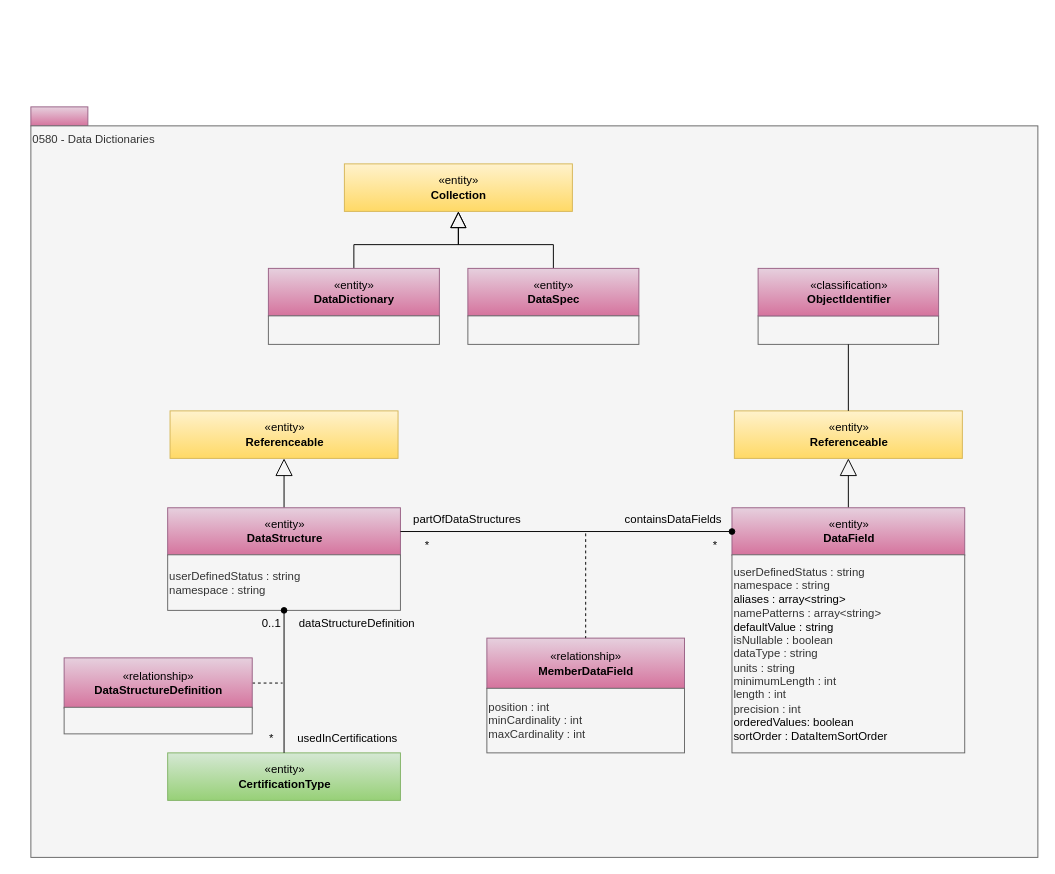
Above: page "0580-Data-Dictionaries" (34 of 36) of site/docs/types/5/area-5-models-and-schema.drawio in odpi/egeria-docs (draw.io), before the change. Source tidied: cells renumbered, new cells numbered last; positions are measured from the earlier drawing's top-left corner, leaving out a move shared by most shapes. Both pictures are drawn from the tidied source at 95%, with x=0, y=0 at pixel (30, 106).
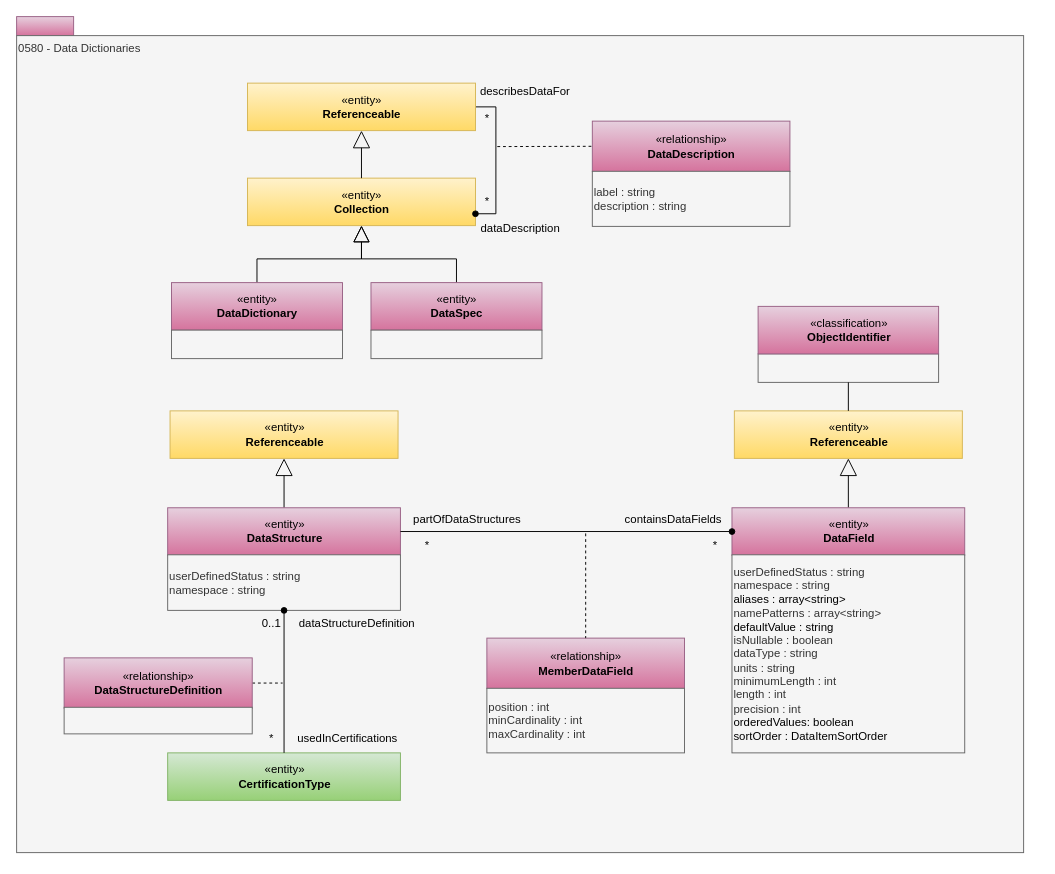
The same page after the edit.

The change refers to these unchanged cells:
```xml
<mxCell id="15" value="«entity»&lt;br&gt;&lt;b&gt;Referenceable&lt;/b&gt;" style="html=1;strokeColor=#d6b656;align=center;fillColor=#fff2cc;gradientColor=#ffd966;" parent="1" vertex="1">
  <mxGeometry x="740.5" y="320" width="240" height="50" as="geometry" />
</mxCell>
```

The edit, as a diff of the source:
```diff
@@
     <mxCell id="2" style="rounded=0;whiteSpace=wrap;html=1;align=left;fillColor=#e6d0de;strokeColor=#996185;gradientColor=#d5739d;" parent="1" vertex="1">
-      <mxGeometry width="60" height="20" as="geometry" />
+      <mxGeometry x="-15" y="-95" width="60" height="20" as="geometry" />
     </mxCell>
     <mxCell id="3" value="0580 - Data Dictionaries" style="rounded=0;whiteSpace=wrap;html=1;align=left;verticalAlign=top;fillColor=#f5f5f5;fontColor=#333333;strokeColor=#666666;" parent="1" vertex="1">
-      <mxGeometry y="20" width="1060" height="770" as="geometry" />
+      <mxGeometry x="-15" y="-75" width="1060" height="860" as="geometry" />
     </mxCell>
@@
     <mxCell id="9" value="«entity»&lt;br&gt;&lt;b&gt;Collection&lt;/b&gt;" style="html=1;strokeColor=#d6b656;align=center;fillColor=#fff2cc;gradientColor=#ffd966;" parent="1" vertex="1">
-      <mxGeometry x="330" y="60" width="240" height="50" as="geometry" />
+      <mxGeometry x="228" y="75" width="240" height="50" as="geometry" />
     </mxCell>
     <mxCell id="10" value="«entity»&lt;br&gt;&lt;b&gt;DataSpec&lt;/b&gt;" style="html=1;strokeColor=#996185;align=center;fillColor=#e6d0de;gradientColor=#d5739d;" parent="1" vertex="1">
-      <mxGeometry x="460" y="170" width="180" height="50" as="geometry" />
+      <mxGeometry x="358" y="185" width="180" height="50" as="geometry" />
     </mxCell>
     <mxCell id="11" style="rounded=0;whiteSpace=wrap;html=1;align=left;fillColor=#f5f5f5;fontColor=#333333;strokeColor=#666666;" parent="1" vertex="1">
-      <mxGeometry x="460" y="220" width="180" height="30" as="geometry" />
+      <mxGeometry x="358" y="235" width="180" height="30" as="geometry" />
     </mxCell>
@@
     <mxCell id="17" value="«entity»&lt;br&gt;&lt;b&gt;DataDictionary&lt;/b&gt;" style="html=1;strokeColor=#996185;align=center;fillColor=#e6d0de;gradientColor=#d5739d;" parent="1" vertex="1">
-      <mxGeometry x="250" y="170" width="180" height="50" as="geometry" />
+      <mxGeometry x="148" y="185" width="180" height="50" as="geometry" />
     </mxCell>
     <mxCell id="18" style="rounded=0;whiteSpace=wrap;html=1;align=left;fillColor=#f5f5f5;fontColor=#333333;strokeColor=#666666;" parent="1" vertex="1">
-      <mxGeometry x="250" y="220" width="180" height="30" as="geometry" />
+      <mxGeometry x="148" y="235" width="180" height="30" as="geometry" />
     </mxCell>
@@
-    <mxCell id="27" value="&lt;br&gt;&lt;div style=&quot;text-align: left&quot;&gt;&lt;/div&gt;" style="rounded=0;whiteSpace=wrap;html=1;strokeColor=#666666;align=left;fillColor=#f5f5f5;fontColor=#333333;" parent="1" vertex="1">
-      <mxGeometry x="765.5" y="220" width="190" height="30" as="geometry" />
-    </mxCell>
-    <mxCell id="28" style="rounded=0;jettySize=auto;html=1;endArrow=none;endFill=0;entryX=0.5;entryY=0;entryDx=0;entryDy=0;exitX=0.5;exitY=1;exitDx=0;exitDy=0;" parent="1" edge="1" source="27" target="15">
-      <mxGeometry relative="1" as="geometry" />
-    </mxCell>
-    <mxCell id="29" value="«classification»&lt;br&gt;&lt;b&gt;ObjectIdentifier&lt;/b&gt;" style="html=1;strokeColor=#996185;align=center;fillColor=#e6d0de;gradientColor=#d5739d;" parent="1" vertex="1">
-      <mxGeometry x="765.5" y="170" width="190" height="50" as="geometry" />
-    </mxCell>
@@
+    <mxCell id="39" value="*" style="text;html=1;align=center;verticalAlign=middle;strokeColor=none;fillColor=none;" parent="1" vertex="1">
+      <mxGeometry x="468" y="87" width="23" height="26" as="geometry" />
+    </mxCell>
+    <mxCell id="40" value="*" style="text;html=1;align=center;verticalAlign=middle;strokeColor=none;fillColor=none;" parent="1" vertex="1">
+      <mxGeometry x="468" y="-1" width="23" height="26" as="geometry" />
+    </mxCell>
+    <mxCell id="41" style="edgeStyle=orthogonalEdgeStyle;rounded=0;jettySize=auto;html=1;exitX=1;exitY=0.75;exitDx=0;exitDy=0;entryX=1;entryY=0.5;entryDx=0;entryDy=0;endArrow=none;endFill=0;startArrow=oval;startFill=1;" parent="1" edge="1" source="9" target="48">
+      <mxGeometry relative="1" as="geometry">
+        <Array as="points">
+          <mxPoint x="489.5" y="113" />
+          <mxPoint x="489.5" />
+        </Array>
+      </mxGeometry>
+    </mxCell>
+    <mxCell id="42" value="«relationship»&lt;br&gt;&lt;b&gt;DataDescription&lt;/b&gt;" style="html=1;strokeColor=#996185;align=center;fillColor=#e6d0de;gradientColor=#d5739d;" parent="1" vertex="1">
+      <mxGeometry x="591" y="15" width="208" height="53" as="geometry" />
+    </mxCell>
+    <mxCell id="43" style="endArrow=none;dashed=1;html=1;entryX=0;entryY=0.5;entryDx=0;entryDy=0;" parent="1" edge="1" target="42">
+      <mxGeometry relative="1" as="geometry">
+        <mxPoint x="491" y="41.8" as="sourcePoint" />
+      </mxGeometry>
+    </mxCell>
+    <mxCell id="44" value="label : string&lt;div&gt;description : string&lt;/div&gt;" style="rounded=0;whiteSpace=wrap;html=1;align=left;fillColor=#f5f5f5;fontColor=#333333;strokeColor=#666666;" parent="1" vertex="1">
+      <mxGeometry x="591" y="67.8" width="208" height="58" as="geometry" />
+    </mxCell>
+    <mxCell id="45" value="&lt;br&gt;&lt;div style=&quot;text-align: left&quot;&gt;&lt;/div&gt;" style="rounded=0;whiteSpace=wrap;html=1;strokeColor=#666666;align=left;fillColor=#f5f5f5;fontColor=#333333;" parent="1" vertex="1">
+      <mxGeometry x="765.5" y="260" width="190" height="30" as="geometry" />
+    </mxCell>
+    <mxCell id="46" style="rounded=0;jettySize=auto;html=1;endArrow=none;endFill=0;entryX=0.5;entryY=0;entryDx=0;entryDy=0;exitX=0.5;exitY=1;exitDx=0;exitDy=0;" parent="1" edge="1" source="45" target="15">
+      <mxGeometry relative="1" as="geometry" />
+    </mxCell>
+    <mxCell id="29" value="«classification»&lt;br&gt;&lt;b&gt;ObjectIdentifier&lt;/b&gt;" style="html=1;strokeColor=#996185;align=center;fillColor=#e6d0de;gradientColor=#d5739d;" parent="1" vertex="1">
+      <mxGeometry x="765.5" y="210" width="190" height="50" as="geometry" />
+    </mxCell>
+    <mxCell id="47" style="edgeStyle=orthogonalEdgeStyle;rounded=0;jettySize=auto;html=1;endArrow=block;endFill=0;endSize=16;exitX=0.5;exitY=0;exitDx=0;exitDy=0;" parent="1" edge="1" source="9" target="48">
+      <mxGeometry relative="1" as="geometry" />
+    </mxCell>
+    <mxCell id="48" value="«entity»&lt;br&gt;&lt;b&gt;Referenceable&lt;/b&gt;" style="html=1;strokeColor=#d6b656;align=center;fillColor=#fff2cc;gradientColor=#ffd966;" parent="1" vertex="1">
+      <mxGeometry x="228" y="-25" width="240" height="50" as="geometry" />
+    </mxCell>
+    <mxCell id="49" value="describesDataFor" style="text;html=1;align=center;verticalAlign=middle;strokeColor=none;fillColor=none;" parent="1" vertex="1">
+      <mxGeometry x="460" y="-31" width="120" height="30" as="geometry" />
+    </mxCell>
+    <mxCell id="50" value="dataDescription" style="text;html=1;align=center;verticalAlign=middle;strokeColor=none;fillColor=none;" parent="1" vertex="1">
+      <mxGeometry x="460" y="113" width="110" height="30" as="geometry" />
+    </mxCell>
```
